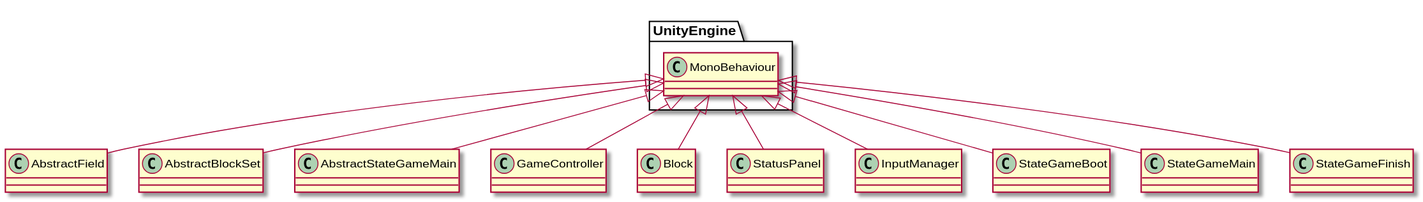
Above: plant_uml/CLD_MonoBehaviour.svg in azarashin/UnityTetris (PlantUML), before the change.
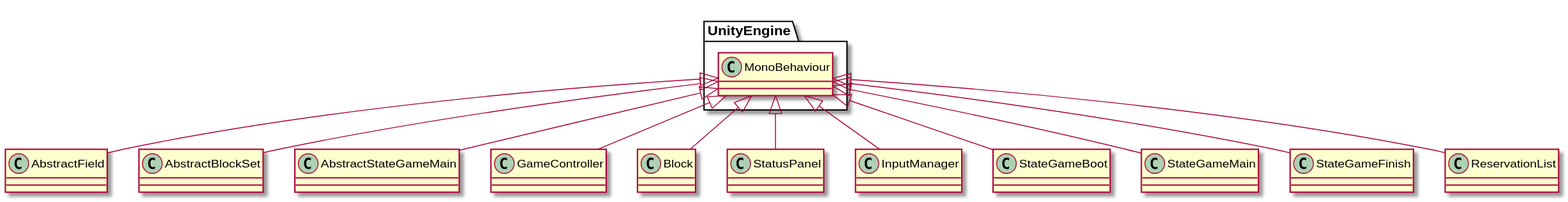
After the change.

Change to the diagram source:
```diff
@@ -12,4 +12,5 @@
 UnityEngine.MonoBehaviour <|-- StateGameBoot
 UnityEngine.MonoBehaviour <|-- StateGameMain
 UnityEngine.MonoBehaviour <|-- StateGameFinish
+UnityEngine.MonoBehaviour <|-- ReservationList
 @enduml
```
